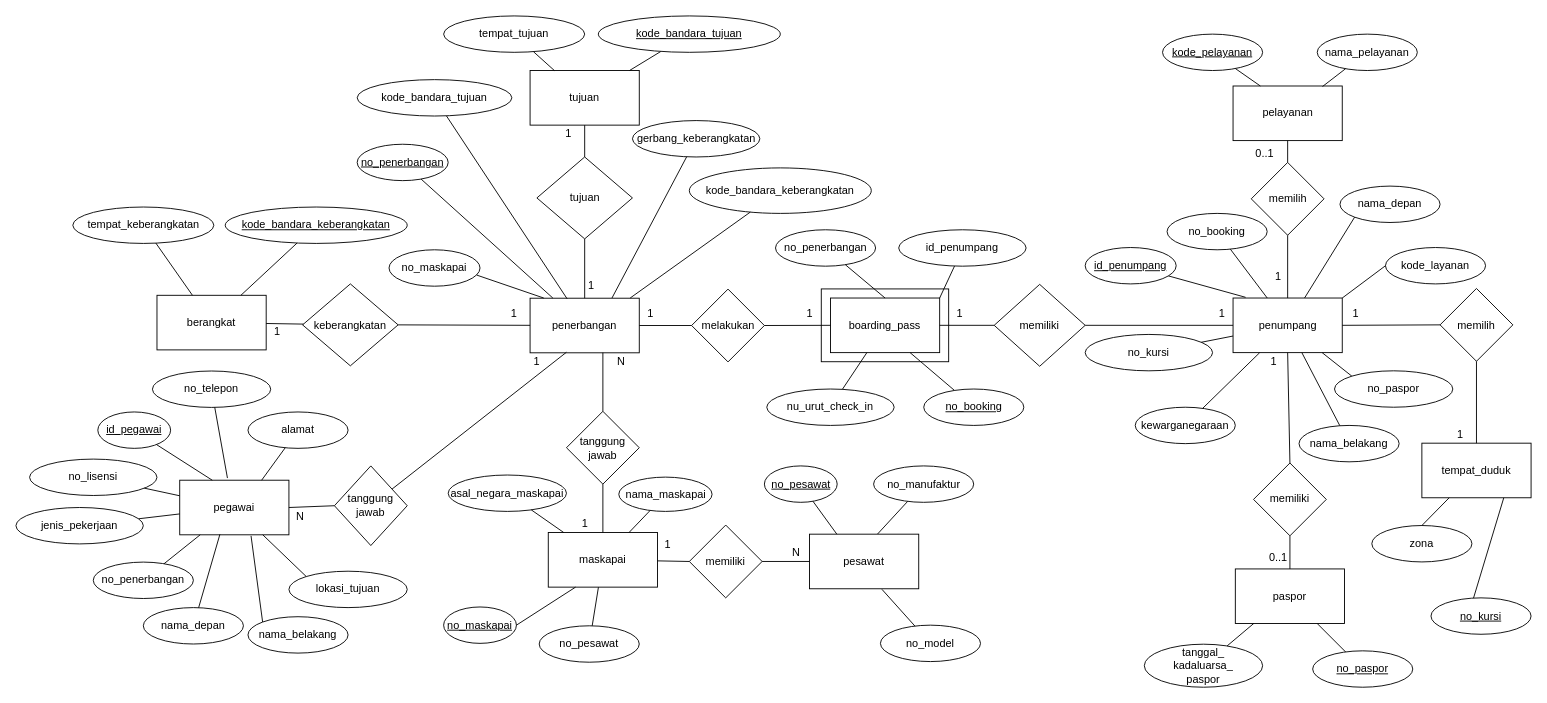
The draw.io diagram page "Fixed ER Diagram" (1 of 5) of ER Diagram/ADD.drawio in Edwin-Jaya/Data-Design-Analytics-Project, before the edit. Source tidied: cells renumbered, new cells numbered last; positions are measured from the earlier drawing's top-left corner, leaving out a move shared by most shapes. Both pictures are drawn from the tidied source at 91%, with x=0, y=0 at pixel (15, 15).
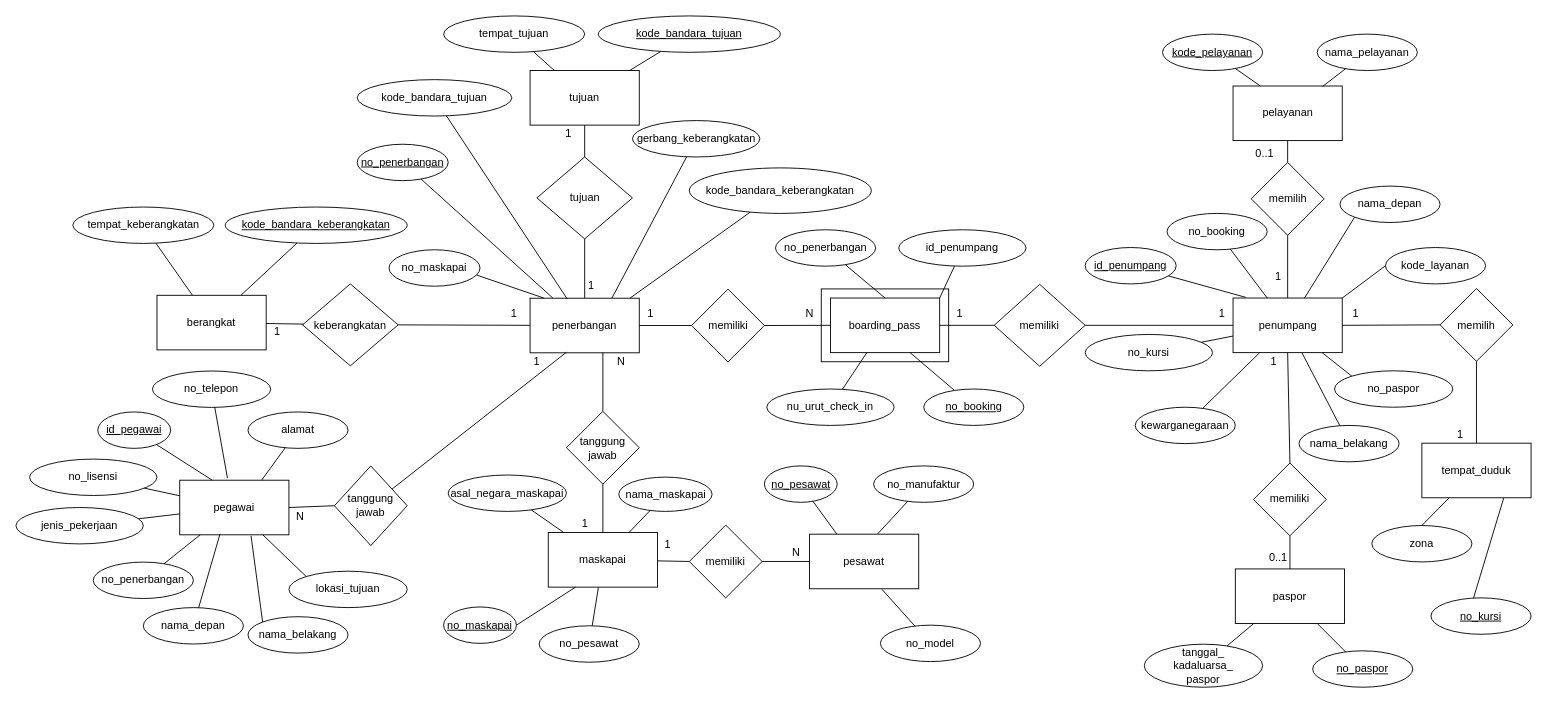
After the change.

Diff of the diagram source:
```diff
@@
-    <mxCell id="90" value="melakukan" style="rhombus;whiteSpace=wrap;html=1;" parent="1" vertex="1">
+    <mxCell id="90" value="memiliki" style="rhombus;whiteSpace=wrap;html=1;" parent="1" vertex="1">
       <mxGeometry x="742.5" y="300.2" width="80" height="80" as="geometry" />
     </mxCell>
@@
-    <mxCell id="130" value="1" style="text;html=1;strokeColor=none;fillColor=none;align=center;verticalAlign=middle;whiteSpace=wrap;rounded=0;" parent="1" vertex="1">
+    <mxCell id="130" value="N" style="text;html=1;strokeColor=none;fillColor=none;align=center;verticalAlign=middle;whiteSpace=wrap;rounded=0;" parent="1" vertex="1">
       <mxGeometry x="860" y="317.2" width="25" height="20" as="geometry" />
     </mxCell>
```
